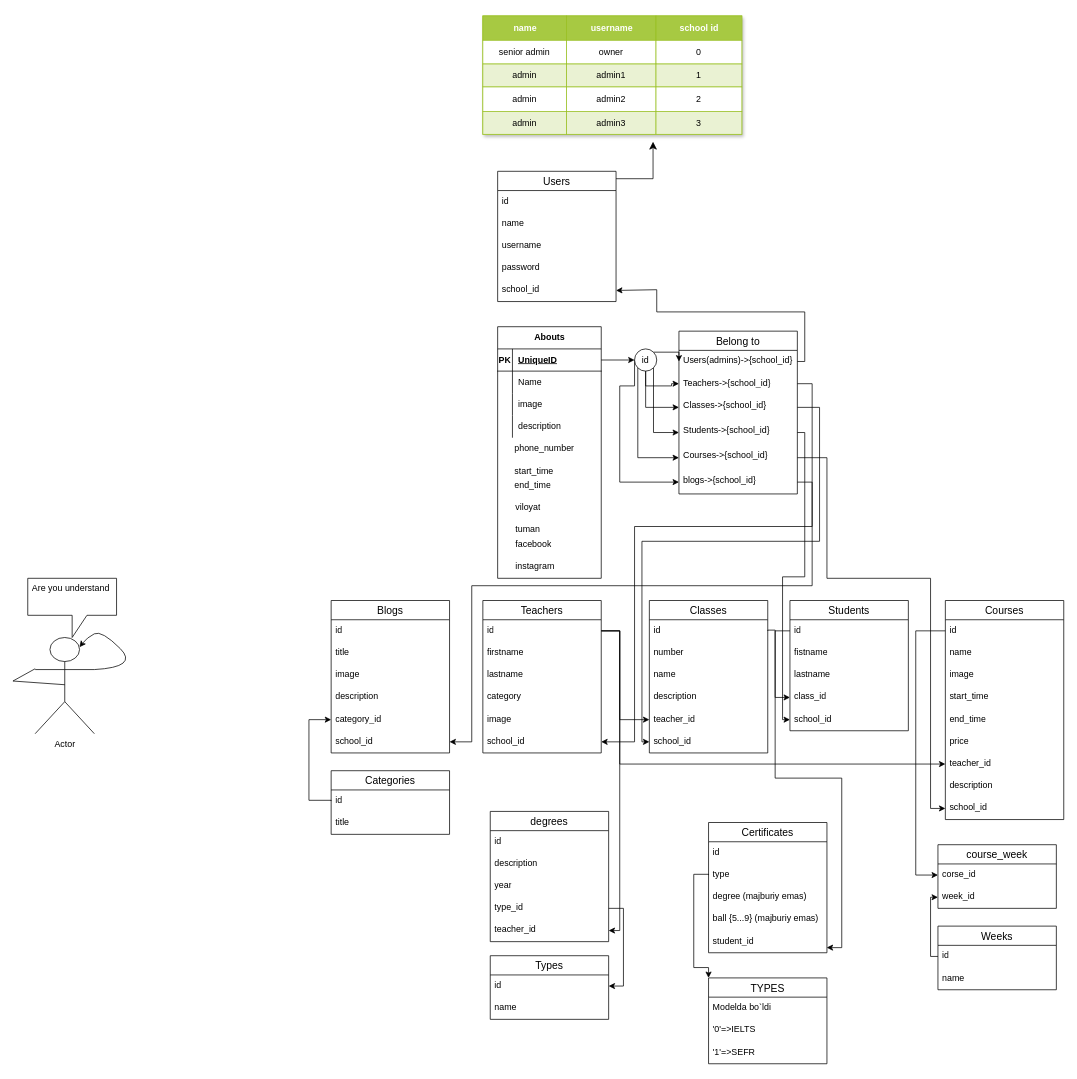
The draw.io diagram school-website/migration.drawio in my-white1/school-website, before the edit. Source tidied: cells renumbered, new cells numbered last; positions are measured from the earlier drawing's top-left corner, leaving out a move shared by most shapes. Both pictures are drawn from the tidied source at 74%, with x=0, y=0 at pixel (13, 16).
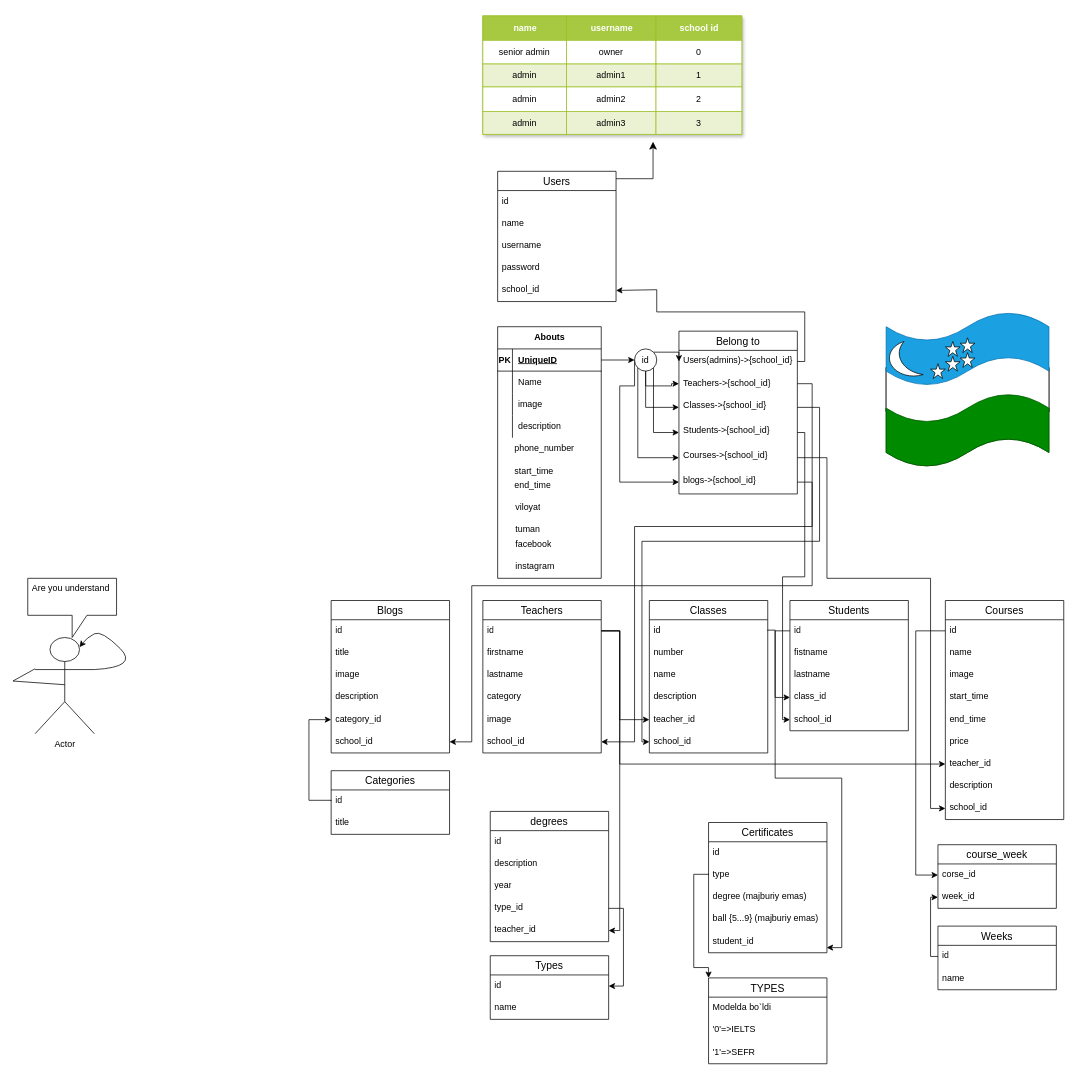
After the change.

What changed in the source:
```diff
@@
+    <mxCell id="152" style="shape=tape;whiteSpace=wrap;html=1;" parent="1" vertex="1">
+      <mxGeometry x="1180" y="455" width="220" height="100" as="geometry" />
+    </mxCell>
+    <mxCell id="153" style="shape=tape;whiteSpace=wrap;html=1;fillColor=#008a00;fontColor=#ffffff;strokeColor=#005700;" parent="1" vertex="1">
+      <mxGeometry x="1180" y="510" width="220" height="100" as="geometry" />
+    </mxCell>
+    <mxCell id="154" style="verticalLabelPosition=bottom;verticalAlign=top;html=1;shape=mxgraph.basic.moon;" parent="1" vertex="1">
+      <mxGeometry x="1180" y="440" width="50" height="50" as="geometry" />
+    </mxCell>
+    <mxCell id="155" style="verticalLabelPosition=bottom;verticalAlign=top;html=1;shape=mxgraph.basic.star;" parent="1" vertex="1">
+      <mxGeometry x="1240" y="470" width="20" height="20" as="geometry" />
+    </mxCell>
+    <mxCell id="156" style="verticalLabelPosition=bottom;verticalAlign=top;html=1;shape=mxgraph.basic.star;" parent="1" vertex="1">
+      <mxGeometry x="1280" y="435" width="20" height="20" as="geometry" />
+    </mxCell>
+    <mxCell id="157" style="verticalLabelPosition=bottom;verticalAlign=top;html=1;shape=mxgraph.basic.star;" parent="1" vertex="1">
+      <mxGeometry x="1260" y="460" width="20" height="20" as="geometry" />
+    </mxCell>
+    <mxCell id="158" style="verticalLabelPosition=bottom;verticalAlign=top;html=1;shape=mxgraph.basic.star;" parent="1" vertex="1">
+      <mxGeometry x="1280" y="455" width="20" height="20" as="geometry" />
+    </mxCell>
+    <mxCell id="159" style="verticalLabelPosition=bottom;verticalAlign=top;html=1;shape=mxgraph.basic.star;" parent="1" vertex="1">
+      <mxGeometry x="1260" y="440" width="20" height="20" as="geometry" />
+    </mxCell>
+    <mxCell id="160" style="shape=tape;whiteSpace=wrap;html=1;" parent="1" vertex="1">
+      <mxGeometry x="1180" y="455" width="220" height="100" as="geometry" />
+    </mxCell>
+    <mxCell id="161" style="shape=tape;whiteSpace=wrap;html=1;fillColor=#008a00;fontColor=#ffffff;strokeColor=#005700;" parent="1" vertex="1">
+      <mxGeometry x="1180" y="510" width="220" height="100" as="geometry" />
+    </mxCell>
+    <mxCell id="162" style="shape=tape;whiteSpace=wrap;html=1;fillColor=#1ba1e2;fontColor=#ffffff;strokeColor=#006EAF;" parent="1" vertex="1">
+      <mxGeometry x="1180" y="400" width="220" height="100" as="geometry" />
+    </mxCell>
+    <mxCell id="163" style="verticalLabelPosition=bottom;verticalAlign=top;html=1;shape=mxgraph.basic.moon;" parent="1" vertex="1">
+      <mxGeometry x="1180" y="440" width="50" height="50" as="geometry" />
+    </mxCell>
+    <mxCell id="164" style="verticalLabelPosition=bottom;verticalAlign=top;html=1;shape=mxgraph.basic.star;" parent="1" vertex="1">
+      <mxGeometry x="1240" y="470" width="20" height="20" as="geometry" />
+    </mxCell>
+    <mxCell id="165" style="verticalLabelPosition=bottom;verticalAlign=top;html=1;shape=mxgraph.basic.star;" parent="1" vertex="1">
+      <mxGeometry x="1280" y="435" width="20" height="20" as="geometry" />
+    </mxCell>
+    <mxCell id="166" style="verticalLabelPosition=bottom;verticalAlign=top;html=1;shape=mxgraph.basic.star;" parent="1" vertex="1">
+      <mxGeometry x="1260" y="460" width="20" height="20" as="geometry" />
+    </mxCell>
+    <mxCell id="167" style="verticalLabelPosition=bottom;verticalAlign=top;html=1;shape=mxgraph.basic.star;" parent="1" vertex="1">
+      <mxGeometry x="1280" y="455" width="20" height="20" as="geometry" />
+    </mxCell>
+    <mxCell id="168" style="verticalLabelPosition=bottom;verticalAlign=top;html=1;shape=mxgraph.basic.star;" parent="1" vertex="1">
+      <mxGeometry x="1260" y="440" width="20" height="20" as="geometry" />
+    </mxCell>
```
